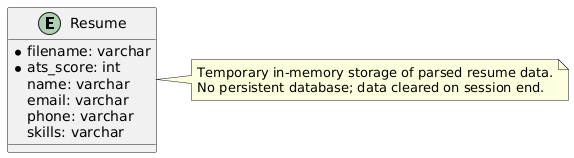
Before: docs/ERDiagram.png, a diagram exported from PlantUML (Abdul-Baari-2003/Resume-Parser).
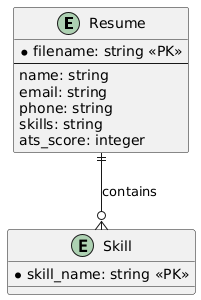
Above is the later version.

The edit, as a diff of the source:
```diff
@@ -1,15 +1,17 @@
 @startuml
-entity Resume {
-  *filename: varchar
-  *ats_score: int
-  name: varchar
-  email: varchar
-  phone: varchar
-  skills: varchar
+entity "Resume" {
+  *filename: string <<PK>>
+  --
+  name: string
+  email: string
+  phone: string
+  skills: string
+  ats_score: integer
 }
 
-note right of Resume
-  Temporary in-memory storage of parsed resume data.
-  No persistent database; data cleared on session end.
-end note
+entity "Skill" {
+  *skill_name: string <<PK>>
+}
+
+Resume ||--o{ Skill : contains
 @enduml
```
